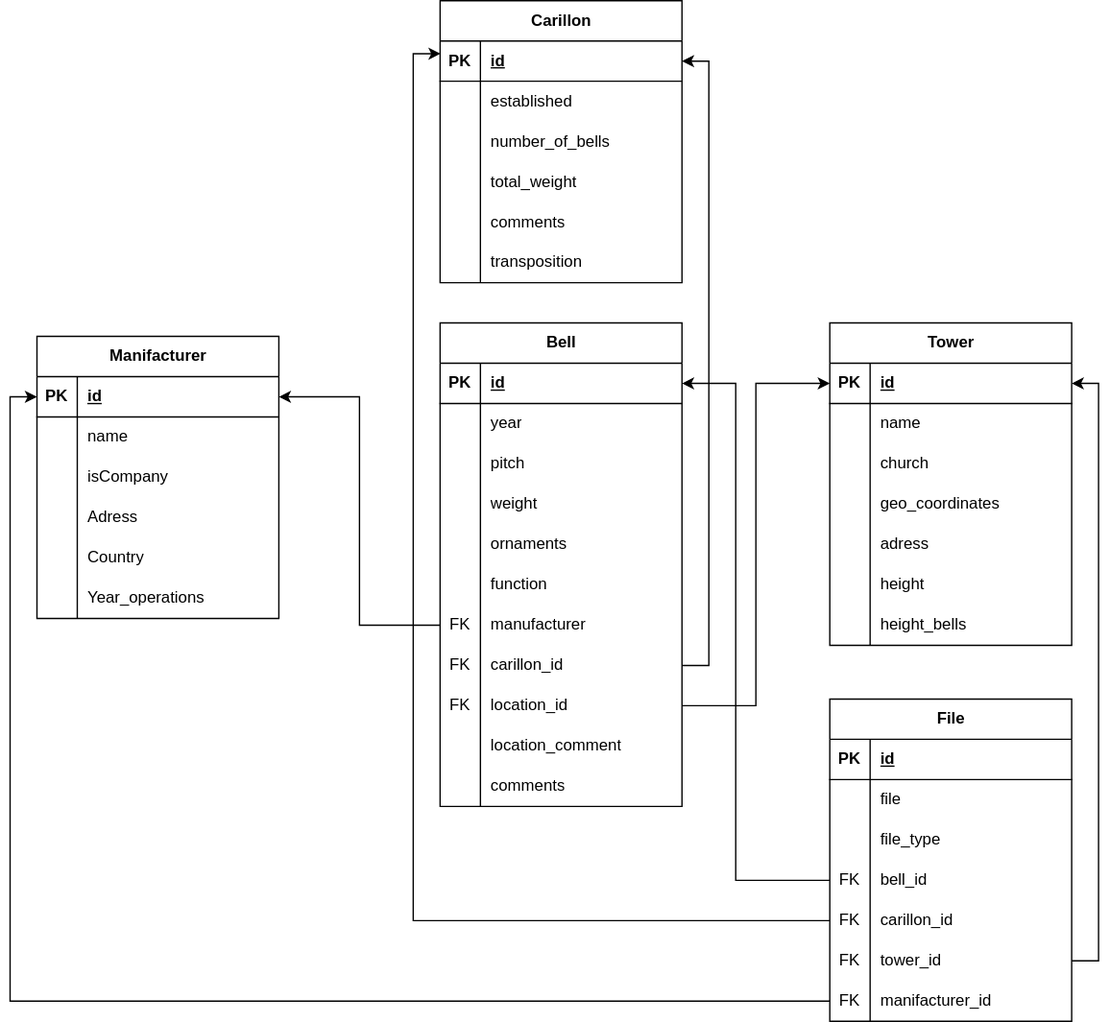
Above: analysis/erd_inventaris_gent.svg in Jakobdevreese/klokkenInventarisGent (draw.io), before the change. Source tidied: cells renumbered, new cells last; positions are measured from the earlier drawing's top-left corner, leaving out a move shared by most shapes.
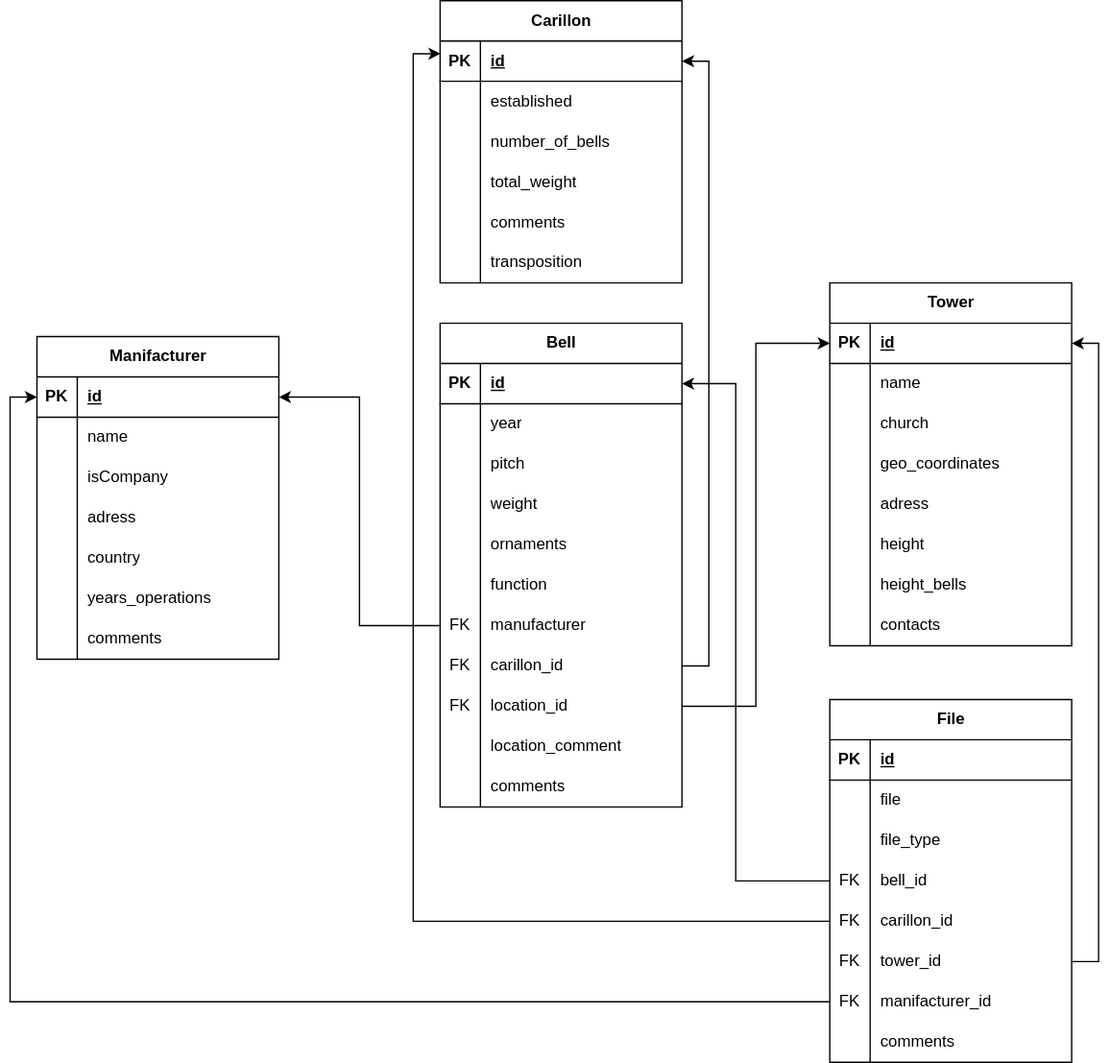
Above is the later version.

The edit, as a diff of the source:
```diff
@@ -105,7 +105,7 @@
       <mxGeometry x="30" width="150" height="30" as="geometry" />
     </mxCell>
     <mxCell id="36" value="Tower" style="shape=table;startSize=30;rowLines=0;fontStyle=1;align=center;html=1;" parent="1" vertex="1">
-      <mxGeometry x="590" y="240" width="180" height="240" as="geometry" />
+      <mxGeometry x="590" y="210" width="180" height="270" as="geometry" />
     </mxCell>
     <mxCell id="37" style="shape=tableRow;horizontal=0;startSize=0;swimlaneHead=0;swimlaneBody=0;fillColor=none;points=[[0,0.5],[1,0.5]];portConstraint=eastwest;top=0;left=0;right=0;bottom=1;" parent="36" vertex="1">
       <mxGeometry y="30" width="180" height="30" as="geometry" />
@@ -170,6 +170,15 @@
     <mxCell id="57" value="height_bells" style="shape=partialRectangle;fillColor=none;top=0;left=0;bottom=0;right=0;align=left;spacingLeft=6;overflow=hidden;whiteSpace=wrap;html=1;" parent="55" vertex="1">
       <mxGeometry x="30" width="150" height="30" as="geometry" />
     </mxCell>
+    <mxCell id="125" style="shape=tableRow;horizontal=0;startSize=0;swimlaneHead=0;swimlaneBody=0;fillColor=none;top=0;left=0;right=0;bottom=0;" parent="36" vertex="1">
+      <mxGeometry y="240" width="180" height="30" as="geometry" />
+    </mxCell>
+    <mxCell id="126" style="shape=partialRectangle;fillColor=none;top=0;left=0;bottom=0;right=0;overflow=hidden;whiteSpace=wrap;html=1;" parent="125" vertex="1">
+      <mxGeometry width="30" height="30" as="geometry" />
+    </mxCell>
+    <mxCell id="127" value="contacts" style="shape=partialRectangle;fillColor=none;top=0;left=0;bottom=0;right=0;align=left;spacingLeft=6;overflow=hidden;whiteSpace=wrap;html=1;" parent="125" vertex="1">
+      <mxGeometry x="30" width="150" height="30" as="geometry" />
+    </mxCell>
     <mxCell id="58" style="edgeStyle=orthogonalEdgeStyle;rounded=0;jettySize=auto;html=1;exitX=1;exitY=0.5;exitDx=0;exitDy=0;entryX=0;entryY=0.5;entryDx=0;entryDy=0;" parent="1" edge="1" source="27" target="37">
       <mxGeometry relative="1" as="geometry" />
     </mxCell>
@@ -231,7 +240,7 @@
       <mxGeometry x="30" width="150" height="30" as="geometry" />
     </mxCell>
     <mxCell id="78" value="File" style="shape=table;startSize=30;rowLines=0;fontStyle=1;align=center;html=1;" parent="1" vertex="1">
-      <mxGeometry x="590" y="520" width="180" height="240" as="geometry" />
+      <mxGeometry x="590" y="520" width="180" height="270" as="geometry" />
     </mxCell>
     <mxCell id="79" style="shape=tableRow;horizontal=0;startSize=0;swimlaneHead=0;swimlaneBody=0;fillColor=none;top=0;left=0;right=0;bottom=1;" parent="78" vertex="1">
       <mxGeometry y="30" width="180" height="30" as="geometry" />
@@ -296,8 +305,17 @@
     <mxCell id="99" value="manifacturer_id" style="shape=partialRectangle;fillColor=none;top=0;left=0;bottom=0;right=0;align=left;spacingLeft=6;overflow=hidden;whiteSpace=wrap;html=1;" parent="97" vertex="1">
       <mxGeometry x="30" width="150" height="30" as="geometry" />
     </mxCell>
+    <mxCell id="128" style="shape=tableRow;horizontal=0;startSize=0;swimlaneHead=0;swimlaneBody=0;fillColor=none;top=0;left=0;right=0;bottom=0;" parent="78" vertex="1">
+      <mxGeometry y="240" width="180" height="30" as="geometry" />
+    </mxCell>
+    <mxCell id="129" style="shape=partialRectangle;fillColor=none;top=0;left=0;bottom=0;right=0;overflow=hidden;whiteSpace=wrap;html=1;" parent="128" vertex="1">
+      <mxGeometry width="30" height="30" as="geometry" />
+    </mxCell>
+    <mxCell id="130" value="comments" style="shape=partialRectangle;fillColor=none;top=0;left=0;bottom=0;right=0;align=left;spacingLeft=6;overflow=hidden;whiteSpace=wrap;html=1;" parent="128" vertex="1">
+      <mxGeometry x="30" width="150" height="30" as="geometry" />
+    </mxCell>
     <mxCell id="100" value="Manifacturer" style="shape=table;startSize=30;rowLines=0;fontStyle=1;align=center;html=1;" parent="1" vertex="1">
-      <mxGeometry y="250" width="180" height="210" as="geometry" />
+      <mxGeometry y="250" width="180" height="240" as="geometry" />
     </mxCell>
     <mxCell id="101" style="shape=tableRow;horizontal=0;startSize=0;swimlaneHead=0;swimlaneBody=0;fillColor=none;points=[[0,0.5],[1,0.5]];portConstraint=eastwest;top=0;left=0;right=0;bottom=1;" parent="100" vertex="1">
       <mxGeometry y="30" width="180" height="30" as="geometry" />
@@ -332,7 +350,7 @@
     <mxCell id="111" style="shape=partialRectangle;fillColor=none;top=0;left=0;bottom=0;right=0;overflow=hidden;whiteSpace=wrap;html=1;" parent="110" vertex="1">
       <mxGeometry width="30" height="30" as="geometry" />
     </mxCell>
-    <mxCell id="112" value="Adress" style="shape=partialRectangle;fillColor=none;top=0;left=0;bottom=0;right=0;align=left;spacingLeft=6;overflow=hidden;whiteSpace=wrap;html=1;" parent="110" vertex="1">
+    <mxCell id="112" value="adress" style="shape=partialRectangle;fillColor=none;top=0;left=0;bottom=0;right=0;align=left;spacingLeft=6;overflow=hidden;whiteSpace=wrap;html=1;" parent="110" vertex="1">
       <mxGeometry x="30" width="150" height="30" as="geometry" />
     </mxCell>
     <mxCell id="113" style="shape=tableRow;horizontal=0;startSize=0;swimlaneHead=0;swimlaneBody=0;fillColor=none;top=0;left=0;right=0;bottom=0;" parent="100" vertex="1">
@@ -341,7 +359,7 @@
     <mxCell id="114" style="shape=partialRectangle;fillColor=none;top=0;left=0;bottom=0;right=0;overflow=hidden;whiteSpace=wrap;html=1;" parent="113" vertex="1">
       <mxGeometry width="30" height="30" as="geometry" />
     </mxCell>
-    <mxCell id="115" value="Country" style="shape=partialRectangle;fillColor=none;top=0;left=0;bottom=0;right=0;align=left;spacingLeft=6;overflow=hidden;whiteSpace=wrap;html=1;" parent="113" vertex="1">
+    <mxCell id="115" value="country" style="shape=partialRectangle;fillColor=none;top=0;left=0;bottom=0;right=0;align=left;spacingLeft=6;overflow=hidden;whiteSpace=wrap;html=1;" parent="113" vertex="1">
       <mxGeometry x="30" width="150" height="30" as="geometry" />
     </mxCell>
     <mxCell id="116" style="shape=tableRow;horizontal=0;startSize=0;swimlaneHead=0;swimlaneBody=0;fillColor=none;top=0;left=0;right=0;bottom=0;" parent="100" vertex="1">
@@ -350,9 +368,18 @@
     <mxCell id="117" style="shape=partialRectangle;fillColor=none;top=0;left=0;bottom=0;right=0;overflow=hidden;whiteSpace=wrap;html=1;" parent="116" vertex="1">
       <mxGeometry width="30" height="30" as="geometry" />
     </mxCell>
-    <mxCell id="118" value="Year_operations" style="shape=partialRectangle;fillColor=none;top=0;left=0;bottom=0;right=0;align=left;spacingLeft=6;overflow=hidden;whiteSpace=wrap;html=1;" parent="116" vertex="1">
+    <mxCell id="118" value="years_operations" style="shape=partialRectangle;fillColor=none;top=0;left=0;bottom=0;right=0;align=left;spacingLeft=6;overflow=hidden;whiteSpace=wrap;html=1;" parent="116" vertex="1">
       <mxGeometry x="30" width="150" height="30" as="geometry" />
     </mxCell>
+    <mxCell id="131" style="shape=tableRow;horizontal=0;startSize=0;swimlaneHead=0;swimlaneBody=0;fillColor=none;top=0;left=0;right=0;bottom=0;" parent="100" vertex="1">
+      <mxGeometry y="210" width="180" height="30" as="geometry" />
+    </mxCell>
+    <mxCell id="132" style="shape=partialRectangle;fillColor=none;top=0;left=0;bottom=0;right=0;overflow=hidden;whiteSpace=wrap;html=1;" parent="131" vertex="1">
+      <mxGeometry width="30" height="30" as="geometry" />
+    </mxCell>
+    <mxCell id="133" value="comments" style="shape=partialRectangle;fillColor=none;top=0;left=0;bottom=0;right=0;align=left;spacingLeft=6;overflow=hidden;whiteSpace=wrap;html=1;" parent="131" vertex="1">
+      <mxGeometry x="30" width="150" height="30" as="geometry" />
+    </mxCell>
     <mxCell id="119" style="edgeStyle=orthogonalEdgeStyle;rounded=0;jettySize=auto;html=1;exitX=0;exitY=0.5;exitDx=0;exitDy=0;entryX=1;entryY=0.5;entryDx=0;entryDy=0;" parent="1" edge="1" source="21" target="101">
       <mxGeometry relative="1" as="geometry" />
     </mxCell>
```
